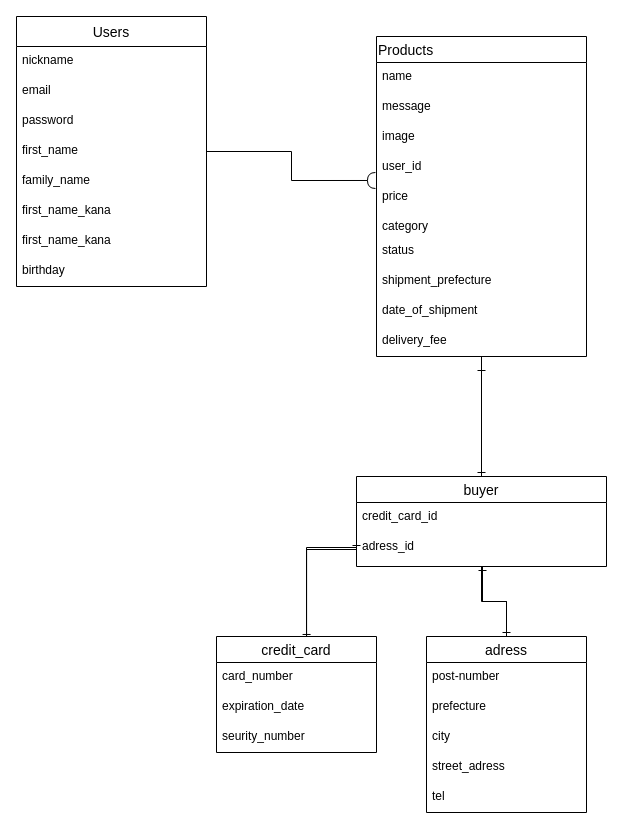
Earlier version of the draw.io diagram lib/db_design.dio (KmgF/furima-30301). Source tidied: cells renumbered, new cells numbered last; positions are measured from the earlier drawing's top-left corner, leaving out a move shared by most shapes. Both pictures are drawn from the tidied source at 100%, with x=0, y=0 at pixel (16, 16).
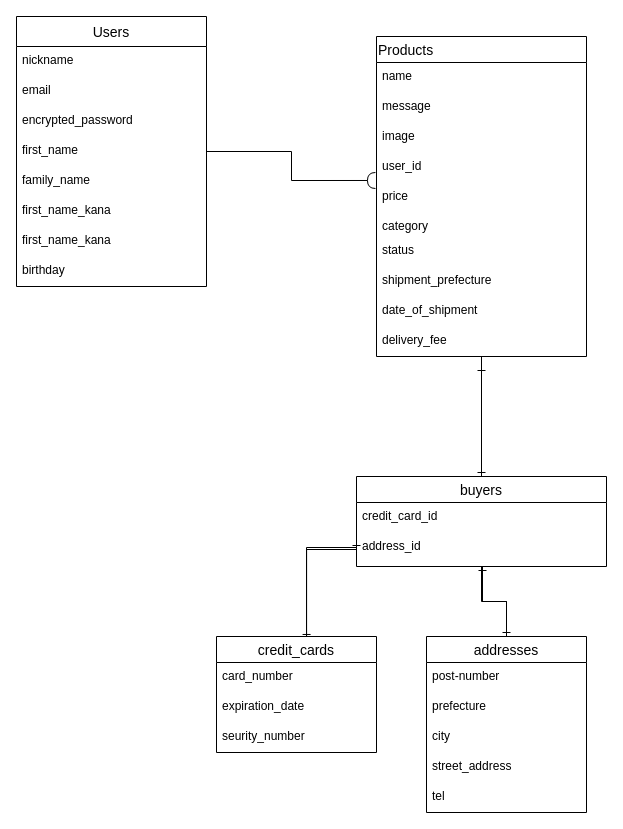
After the change.

Unchanged cells that the change refers to:
```xml
<mxCell id="14" value="Users" style="swimlane;fontStyle=0;horizontal=1;startSize=30;align=center;fontSize=14;" parent="1" vertex="1">
  <mxGeometry width="190" height="270" as="geometry" />
</mxCell>
```

Diff of the diagram source:
```diff
@@
-    <mxCell id="17" value="password&#10;&#10;" style="text;strokeColor=none;fillColor=none;spacingLeft=4;spacingRight=4;overflow=hidden;fontSize=12;" parent="14" vertex="1">
+    <mxCell id="17" value="encrypted_password&#10;&#10;" style="text;strokeColor=none;fillColor=none;spacingLeft=4;spacingRight=4;overflow=hidden;fontSize=12;" parent="14" vertex="1">
       <mxGeometry y="90" width="190" height="30" as="geometry" />
     </mxCell>
@@
-    <mxCell id="26" value="buyer" style="swimlane;fontStyle=0;horizontal=1;startSize=26;align=center;fontSize=14;" parent="1" vertex="1">
+    <mxCell id="26" value="buyers" style="swimlane;fontStyle=0;horizontal=1;startSize=26;align=center;fontSize=14;" parent="1" vertex="1">
       <mxGeometry x="340" y="460" width="250" height="90" as="geometry" />
     </mxCell>
@@
-    <mxCell id="28" value="adress_id" style="text;strokeColor=none;fillColor=none;spacingLeft=4;spacingRight=4;overflow=hidden;points=[[0,0.5],[1,0.5]];portConstraint=eastwest;fontSize=12;" parent="26" vertex="1">
+    <mxCell id="28" value="address_id" style="text;strokeColor=none;fillColor=none;spacingLeft=4;spacingRight=4;overflow=hidden;points=[[0,0.5],[1,0.5]];portConstraint=eastwest;fontSize=12;" parent="26" vertex="1">
       <mxGeometry y="56" width="250" height="34" as="geometry" />
     </mxCell>
@@
-    <mxCell id="30" value="credit_card" style="swimlane;fontStyle=0;horizontal=1;startSize=26;align=center;fontSize=14;" parent="1" vertex="1">
+    <mxCell id="30" value="credit_cards" style="swimlane;fontStyle=0;horizontal=1;startSize=26;align=center;fontSize=14;" parent="1" vertex="1">
       <mxGeometry x="200" y="620" width="160" height="116" as="geometry" />
     </mxCell>
@@
-    <mxCell id="35" value="adress" style="swimlane;fontStyle=0;horizontal=1;startSize=26;align=center;fontSize=14;" parent="1" vertex="1">
+    <mxCell id="35" value="addresses" style="swimlane;fontStyle=0;horizontal=1;startSize=26;align=center;fontSize=14;" parent="1" vertex="1">
       <mxGeometry x="410" y="620" width="160" height="176" as="geometry" />
     </mxCell>
@@
-    <mxCell id="39" value="street_adress" style="text;strokeColor=none;fillColor=none;spacingLeft=4;spacingRight=4;overflow=hidden;fontSize=12;" parent="35" vertex="1">
+    <mxCell id="39" value="street_address" style="text;strokeColor=none;fillColor=none;spacingLeft=4;spacingRight=4;overflow=hidden;fontSize=12;" parent="35" vertex="1">
       <mxGeometry y="116" width="160" height="30" as="geometry" />
     </mxCell>
```
